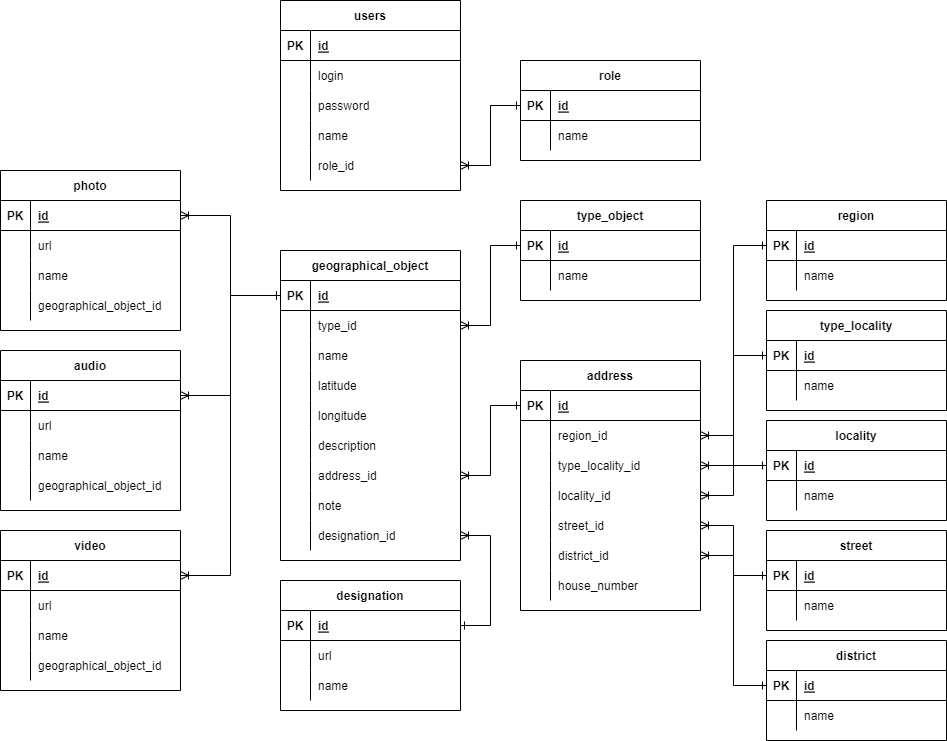
This is admin-guide/image/ER-model.png from mektogon/Geo-back, a draw.io export, as it was before one commit. Source tidied: cells renumbered, new cells last; positions are measured from the earlier drawing's top-left corner, leaving out a move shared by most shapes.
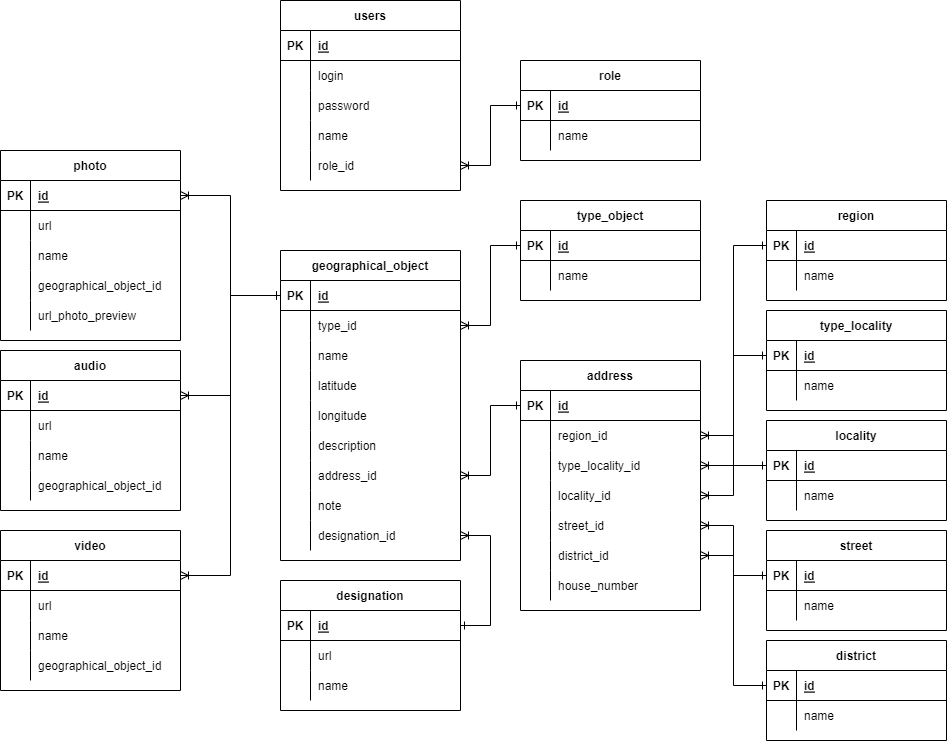
Later version of the same file.

The edit, as a diff of the source:
```diff
@@ -255,7 +255,7 @@
       <mxGeometry relative="1" as="geometry" />
     </mxCell>
     <mxCell id="86" value="photo" style="shape=table;startSize=30;rowLines=0;fontStyle=1;align=center;" parent="1" vertex="1">
-      <mxGeometry y="170" width="180" height="160" as="geometry" />
+      <mxGeometry y="150" width="180" height="190" as="geometry" />
     </mxCell>
     <mxCell id="87" style="shape=tableRow;horizontal=0;startSize=0;swimlaneHead=0;swimlaneBody=0;fillColor=none;points=[[0,0.5],[1,0.5]];portConstraint=eastwest;top=0;left=0;right=0;bottom=1;" parent="86" vertex="1">
       <mxGeometry y="30" width="180" height="30" as="geometry" />
@@ -293,6 +293,15 @@
     <mxCell id="98" value="geographical_object_id" style="shape=partialRectangle;fillColor=none;top=0;left=0;bottom=0;right=0;align=left;spacingLeft=6;overflow=hidden;" parent="96" vertex="1">
       <mxGeometry x="30" width="150" height="30" as="geometry" />
     </mxCell>
+    <mxCell id="178" style="shape=tableRow;horizontal=0;startSize=0;swimlaneHead=0;swimlaneBody=0;fillColor=none;top=0;left=0;right=0;bottom=0;" parent="86" vertex="1">
+      <mxGeometry y="150" width="180" height="30" as="geometry" />
+    </mxCell>
+    <mxCell id="179" style="shape=partialRectangle;fillColor=none;top=0;left=0;bottom=0;right=0;overflow=hidden;" parent="178" vertex="1">
+      <mxGeometry width="30" height="30" as="geometry" />
+    </mxCell>
+    <mxCell id="180" value="url_photo_preview" style="shape=partialRectangle;fillColor=none;top=0;left=0;bottom=0;right=0;align=left;spacingLeft=6;overflow=hidden;" parent="178" vertex="1">
+      <mxGeometry x="30" width="150" height="30" as="geometry" />
+    </mxCell>
     <mxCell id="99" value="audio" style="shape=table;startSize=30;rowLines=0;fontStyle=1;align=center;" parent="1" vertex="1">
       <mxGeometry y="350" width="180" height="160" as="geometry" />
     </mxCell>
```
